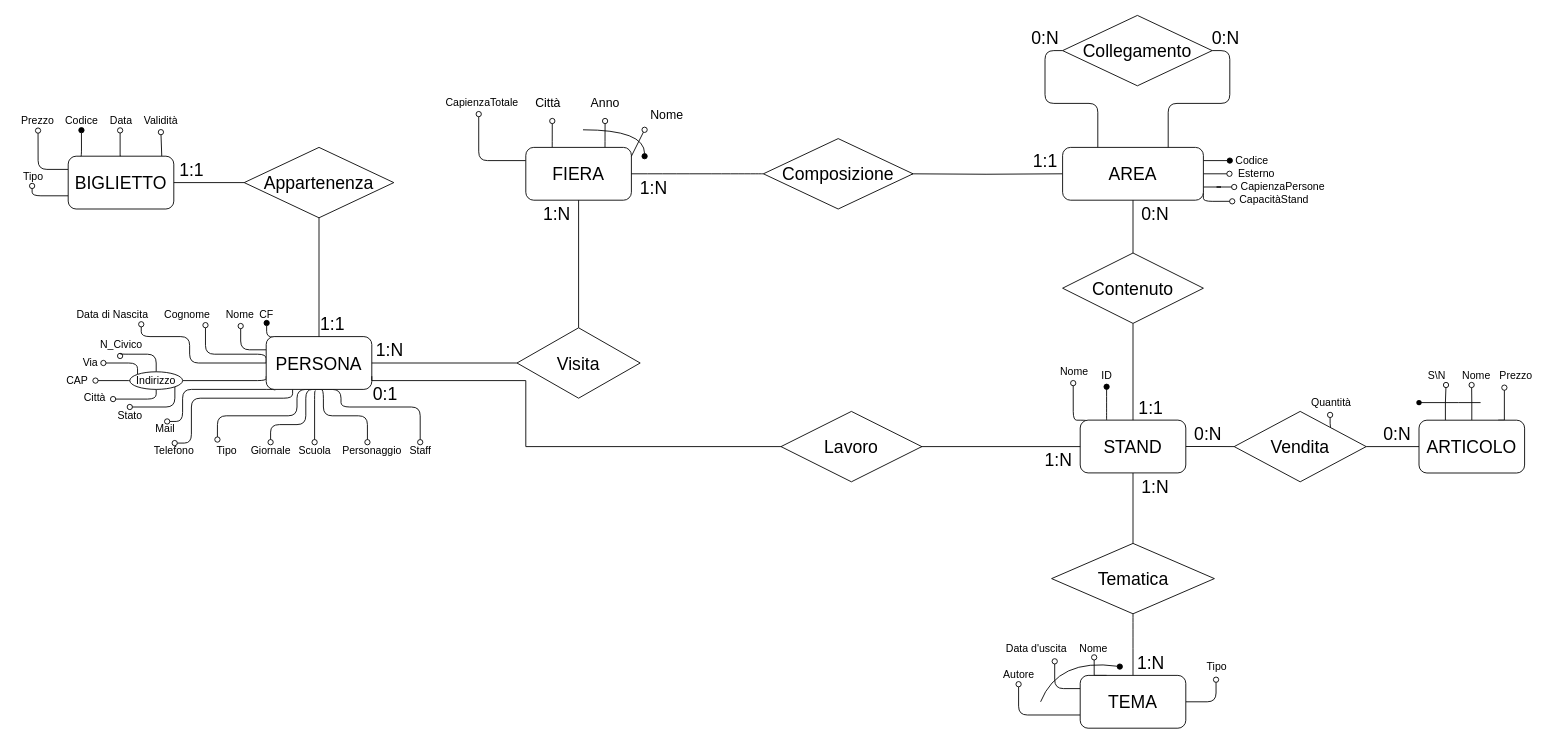
This is Modello E-R Ristrutturato.drawio from Hisukurifu24/ProgettoBasi, a draw.io file, before an edit. Source tidied: cells renumbered, new cells numbered last; positions are measured from the earlier drawing's top-left corner, leaving out a move shared by most shapes. Both pictures are drawn from the tidied source at 88%, with x=0, y=0 at pixel (15, 15).
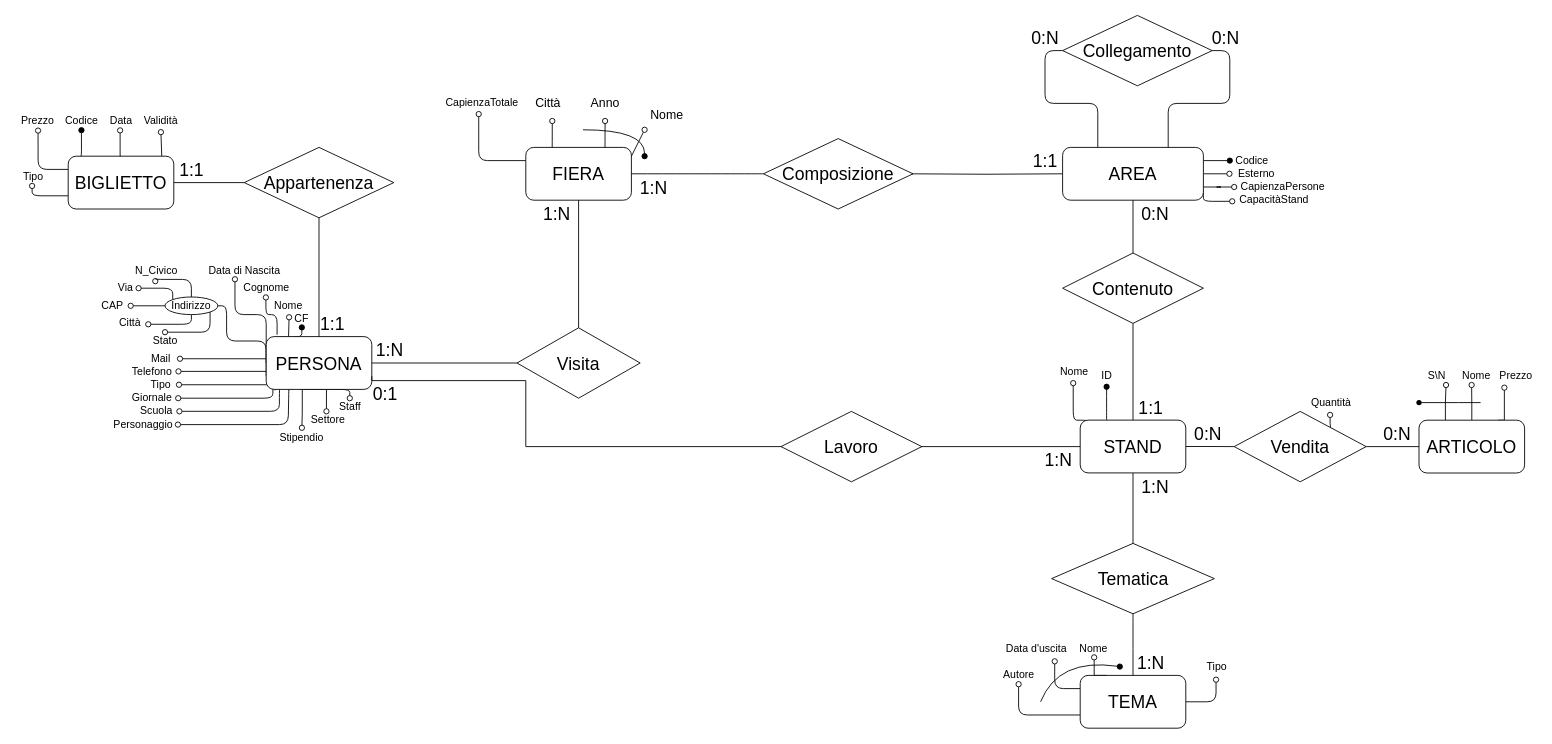
The same page after the edit.

The change refers to these unchanged cells:
```xml
<mxCell id="44" value="PERSONA" style="rounded=1;whiteSpace=wrap;html=1;fontSize=20;" parent="1" vertex="1">
  <mxGeometry x="285" y="365" width="120" height="60" as="geometry" />
</mxCell>
```

Change to the diagram source:
```diff
@@
     <mxCell id="33" style="edgeStyle=orthogonalEdgeStyle;rounded=1;jettySize=auto;html=1;exitX=0;exitY=0.25;exitDx=0;exitDy=0;entryX=0.52;entryY=1.15;entryDx=0;entryDy=0;entryPerimeter=0;startArrow=none;startFill=0;endArrow=oval;endFill=0;" parent="1" edge="1" source="44" target="78">
       <mxGeometry relative="1" as="geometry">
         <Array as="points">
-          <mxPoint x="256" y="380" />
+          <mxPoint x="310" y="380" />
+          <mxPoint x="310" y="343" />
         </Array>
       </mxGeometry>
     </mxCell>
-    <mxCell id="34" style="edgeStyle=orthogonalEdgeStyle;rounded=1;jettySize=auto;html=1;exitX=0;exitY=0.5;exitDx=0;exitDy=0;entryX=0.83;entryY=1.05;entryDx=0;entryDy=0;entryPerimeter=0;endArrow=oval;endFill=0;" parent="1" edge="1" source="44" target="99">
+    <mxCell id="34" style="edgeStyle=orthogonalEdgeStyle;rounded=1;jettySize=auto;html=1;exitX=0;exitY=0.5;exitDx=0;exitDy=0;entryX=0.395;entryY=0.992;entryDx=0;entryDy=0;entryPerimeter=0;endArrow=oval;endFill=0;" parent="1" edge="1" source="44" target="99">
       <mxGeometry relative="1" as="geometry">
         <Array as="points">
-          <mxPoint x="198" y="395" />
-          <mxPoint x="198" y="365" />
-          <mxPoint x="143" y="365" />
+          <mxPoint x="285" y="340" />
+          <mxPoint x="250" y="340" />
+          <mxPoint x="250" y="300" />
         </Array>
       </mxGeometry>
     </mxCell>
     <mxCell id="35" style="edgeStyle=orthogonalEdgeStyle;rounded=1;jettySize=auto;html=1;exitX=0;exitY=0.75;exitDx=0;exitDy=0;entryX=1;entryY=0.5;entryDx=0;entryDy=0;endArrow=none;endFill=0;" parent="1" edge="1" source="44" target="105">
       <mxGeometry relative="1" as="geometry">
         <Array as="points">
-          <mxPoint x="285" y="415" />
+          <mxPoint x="285" y="370" />
+          <mxPoint x="240" y="370" />
+          <mxPoint x="240" y="330" />
         </Array>
       </mxGeometry>
     </mxCell>
-    <mxCell id="36" style="edgeStyle=orthogonalEdgeStyle;rounded=1;jettySize=auto;html=1;exitX=0.083;exitY=1.017;exitDx=0;exitDy=0;endArrow=oval;endFill=0;exitPerimeter=0;entryX=0.561;entryY=0.071;entryDx=0;entryDy=0;entryPerimeter=0;" parent="1" edge="1" source="44" target="111">
+    <mxCell id="36" style="edgeStyle=orthogonalEdgeStyle;rounded=1;jettySize=auto;html=1;exitX=0.083;exitY=1.017;exitDx=0;exitDy=0;endArrow=oval;endFill=0;exitPerimeter=0;entryX=1.052;entryY=0.508;entryDx=0;entryDy=0;entryPerimeter=0;" parent="1" edge="1" source="44" target="111">
       <mxGeometry relative="1" as="geometry">
         <Array as="points">
-          <mxPoint x="190" y="425" />
-          <mxPoint x="190" y="461" />
+          <mxPoint x="295" y="390" />
         </Array>
       </mxGeometry>
     </mxCell>
-    <mxCell id="37" style="edgeStyle=orthogonalEdgeStyle;rounded=1;jettySize=auto;html=1;exitX=0.25;exitY=1;exitDx=0;exitDy=0;entryX=0.517;entryY=0.05;entryDx=0;entryDy=0;entryPerimeter=0;endArrow=oval;endFill=0;" parent="1" edge="1" source="44" target="112">
+    <mxCell id="37" style="edgeStyle=orthogonalEdgeStyle;rounded=1;jettySize=auto;html=1;exitX=0.25;exitY=1;exitDx=0;exitDy=0;entryX=1.005;entryY=0.477;entryDx=0;entryDy=0;entryPerimeter=0;endArrow=oval;endFill=0;" parent="1" edge="1" source="44" target="112">
       <mxGeometry relative="1" as="geometry">
         <Array as="points">
-          <mxPoint x="315" y="435" />
-          <mxPoint x="200" y="435" />
-          <mxPoint x="200" y="486" />
+          <mxPoint x="315" y="405" />
+          <mxPoint x="185" y="405" />
         </Array>
       </mxGeometry>
     </mxCell>
-    <mxCell id="38" style="edgeStyle=orthogonalEdgeStyle;rounded=1;jettySize=auto;html=1;exitX=0;exitY=0.5;exitDx=0;exitDy=0;entryX=0.8;entryY=1.1;entryDx=0;entryDy=0;entryPerimeter=0;endArrow=oval;endFill=0;" parent="1" edge="1" source="44" target="116">
+    <mxCell id="38" style="edgeStyle=orthogonalEdgeStyle;rounded=1;jettySize=auto;html=1;exitX=0.103;exitY=-0.035;exitDx=0;exitDy=0;entryX=0.495;entryY=1.023;entryDx=0;entryDy=0;entryPerimeter=0;endArrow=oval;endFill=0;exitPerimeter=0;" parent="1" edge="1" source="44" target="116">
       <mxGeometry relative="1" as="geometry">
         <Array as="points">
-          <mxPoint x="285" y="385" />
-          <mxPoint x="216" y="385" />
+          <mxPoint x="297" y="340" />
+          <mxPoint x="285" y="340" />
         </Array>
       </mxGeometry>
     </mxCell>
-    <mxCell id="39" style="edgeStyle=orthogonalEdgeStyle;rounded=1;jettySize=auto;html=1;exitX=0.5;exitY=1;exitDx=0;exitDy=0;entryX=0.239;entryY=-0.15;entryDx=0;entryDy=0;entryPerimeter=0;endArrow=oval;endFill=0;" parent="1" edge="1" source="44" target="120">
+    <mxCell id="39" style="edgeStyle=orthogonalEdgeStyle;rounded=1;jettySize=auto;html=1;exitX=0.5;exitY=1;exitDx=0;exitDy=0;entryX=1.022;entryY=0.485;entryDx=0;entryDy=0;entryPerimeter=0;endArrow=oval;endFill=0;" parent="1" edge="1" source="44" target="120">
       <mxGeometry relative="1" as="geometry">
         <Array as="points">
           <mxPoint x="320" y="425" />
-          <mxPoint x="320" y="455" />
-          <mxPoint x="230" y="455" />
+          <mxPoint x="320" y="420" />
+          <mxPoint x="186" y="420" />
         </Array>
       </mxGeometry>
     </mxCell>
-    <mxCell id="40" style="edgeStyle=orthogonalEdgeStyle;rounded=1;jettySize=auto;html=1;exitX=0.5;exitY=1;exitDx=0;exitDy=0;endArrow=oval;endFill=0;" parent="1" edge="1" source="44" target="121">
+    <mxCell id="40" style="edgeStyle=orthogonalEdgeStyle;rounded=1;jettySize=auto;html=1;exitX=0.063;exitY=0.995;exitDx=0;exitDy=0;endArrow=oval;endFill=0;exitPerimeter=0;" parent="1" edge="1" source="44" target="121">
       <mxGeometry relative="1" as="geometry">
         <Array as="points">
-          <mxPoint x="330" y="425" />
-          <mxPoint x="330" y="465" />
-          <mxPoint x="290" y="465" />
+          <mxPoint x="293" y="435" />
         </Array>
       </mxGeometry>
     </mxCell>
-    <mxCell id="41" style="edgeStyle=orthogonalEdgeStyle;rounded=1;jettySize=auto;html=1;exitX=0.467;exitY=1.026;exitDx=0;exitDy=0;entryX=0.5;entryY=0;entryDx=0;entryDy=0;entryPerimeter=0;endArrow=oval;endFill=0;exitPerimeter=0;" parent="1" edge="1" source="44" target="122">
+    <mxCell id="41" style="edgeStyle=orthogonalEdgeStyle;rounded=1;jettySize=auto;html=1;exitX=0.134;exitY=0.985;exitDx=0;exitDy=0;entryX=1.027;entryY=0.5;entryDx=0;entryDy=0;entryPerimeter=0;endArrow=oval;endFill=0;exitPerimeter=0;" parent="1" edge="1" source="44" target="122">
       <mxGeometry relative="1" as="geometry">
         <Array as="points">
-          <mxPoint x="340" y="427" />
+          <mxPoint x="300" y="424" />
+          <mxPoint x="300" y="450" />
         </Array>
       </mxGeometry>
     </mxCell>
     <mxCell id="42" style="edgeStyle=orthogonalEdgeStyle;rounded=1;jettySize=auto;html=1;exitX=0.5;exitY=1;exitDx=0;exitDy=0;entryX=0.5;entryY=0;entryDx=0;entryDy=0;entryPerimeter=0;endArrow=oval;endFill=0;" parent="1" edge="1" source="44" target="124">
       <mxGeometry relative="1" as="geometry">
         <Array as="points">
-          <mxPoint x="370" y="425" />
-          <mxPoint x="370" y="445" />
-          <mxPoint x="460" y="445" />
+          <mxPoint x="380" y="425" />
         </Array>
       </mxGeometry>
     </mxCell>
-    <mxCell id="43" style="edgeStyle=orthogonalEdgeStyle;rounded=1;jettySize=auto;html=1;exitX=0.5;exitY=1;exitDx=0;exitDy=0;entryX=0.438;entryY=0;entryDx=0;entryDy=0;entryPerimeter=0;endArrow=oval;endFill=0;" parent="1" edge="1" source="44" target="123">
+    <mxCell id="43" style="edgeStyle=orthogonalEdgeStyle;rounded=1;jettySize=auto;html=1;exitX=0.214;exitY=1.025;exitDx=0;exitDy=0;entryX=0.996;entryY=0.5;entryDx=0;entryDy=0;entryPerimeter=0;endArrow=oval;endFill=0;exitPerimeter=0;" parent="1" edge="1" source="44" target="123">
       <mxGeometry relative="1" as="geometry">
         <Array as="points">
-          <mxPoint x="350" y="425" />
-          <mxPoint x="350" y="455" />
-          <mxPoint x="400" y="455" />
+          <mxPoint x="311" y="425" />
+          <mxPoint x="310" y="425" />
+          <mxPoint x="310" y="465" />
         </Array>
       </mxGeometry>
     </mxCell>
+    <mxCell id="133" style="edgeStyle=orthogonalEdgeStyle;rounded=0;jettySize=auto;html=1;exitX=0.5;exitY=1;exitDx=0;exitDy=0;entryX=0.469;entryY=-0.005;entryDx=0;entryDy=0;entryPerimeter=0;fontSize=12;endArrow=oval;endFill=0;" parent="1" edge="1" source="44" target="135">
+      <mxGeometry relative="1" as="geometry" />
+    </mxCell>
+    <mxCell id="134" style="edgeStyle=orthogonalEdgeStyle;rounded=0;jettySize=auto;html=1;exitX=0.75;exitY=1;exitDx=0;exitDy=0;entryX=0.508;entryY=-0.068;entryDx=0;entryDy=0;entryPerimeter=0;fontSize=12;endArrow=oval;endFill=0;" parent="1" edge="1" source="44" target="136">
+      <mxGeometry relative="1" as="geometry">
+        <Array as="points">
+          <mxPoint x="326" y="425" />
+          <mxPoint x="326" y="452" />
+        </Array>
+      </mxGeometry>
+    </mxCell>
@@
     <mxCell id="77" value="CF" style="text;html=1;align=center;verticalAlign=middle;points=[];strokeColor=none;fillColor=none;" parent="1" vertex="1">
-      <mxGeometry x="270" y="330" width="30" height="20" as="geometry" />
+      <mxGeometry x="310" y="335" width="30" height="20" as="geometry" />
     </mxCell>
     <mxCell id="78" value="Nome" style="text;html=1;align=center;verticalAlign=middle;points=[];strokeColor=none;fillColor=none;" parent="1" vertex="1">
-      <mxGeometry x="230" y="330" width="50" height="20" as="geometry" />
+      <mxGeometry x="285" y="320" width="50" height="20" as="geometry" />
     </mxCell>
@@
     <mxCell id="99" value="Data di Nascita" style="text;html=1;align=center;verticalAlign=middle;points=[];strokeColor=none;fillColor=none;" parent="1" vertex="1">
-      <mxGeometry x="60" y="330" width="100" height="20" as="geometry" />
+      <mxGeometry x="210" y="280" width="100" height="20" as="geometry" />
     </mxCell>
@@
     <mxCell id="101" style="edgeStyle=orthogonalEdgeStyle;rounded=1;jettySize=auto;html=1;exitX=0.5;exitY=1;exitDx=0;exitDy=0;entryX=1.025;entryY=0.55;entryDx=0;entryDy=0;entryPerimeter=0;endArrow=oval;endFill=0;" parent="1" edge="1" source="105" target="107">
       <mxGeometry relative="1" as="geometry">
         <Array as="points">
-          <mxPoint x="160" y="436" />
+          <mxPoint x="200" y="351" />
         </Array>
       </mxGeometry>
     </mxCell>
     <mxCell id="102" style="edgeStyle=orthogonalEdgeStyle;rounded=1;jettySize=auto;html=1;exitX=0;exitY=1;exitDx=0;exitDy=0;entryX=1.025;entryY=0.5;entryDx=0;entryDy=0;entryPerimeter=0;endArrow=oval;endFill=0;" parent="1" edge="1" source="105" target="108">
       <mxGeometry relative="1" as="geometry">
         <Array as="points">
-          <mxPoint x="139" y="415" />
+          <mxPoint x="179" y="330" />
         </Array>
       </mxGeometry>
     </mxCell>
     <mxCell id="103" style="edgeStyle=orthogonalEdgeStyle;rounded=1;jettySize=auto;html=1;exitX=0;exitY=0;exitDx=0;exitDy=0;endArrow=oval;endFill=0;" parent="1" edge="1" source="105" target="109">
       <mxGeometry relative="1" as="geometry">
         <Array as="points">
-          <mxPoint x="139" y="395" />
+          <mxPoint x="179" y="310" />
         </Array>
       </mxGeometry>
     </mxCell>
@@
     <mxCell id="105" value="Indirizzo" style="ellipse;whiteSpace=wrap;html=1;" parent="1" vertex="1">
-      <mxGeometry x="130" y="405" width="60" height="20" as="geometry" />
+      <mxGeometry x="170" y="320" width="60" height="20" as="geometry" />
     </mxCell>
     <mxCell id="106" value="Stato" style="text;html=1;align=center;verticalAlign=middle;points=[];strokeColor=none;fillColor=none;" parent="1" vertex="1">
-      <mxGeometry x="110" y="445" width="40" height="20" as="geometry" />
+      <mxGeometry x="150" y="360" width="40" height="20" as="geometry" />
     </mxCell>
     <mxCell id="107" value="Città" style="text;html=1;align=center;verticalAlign=middle;points=[];strokeColor=none;fillColor=none;" parent="1" vertex="1">
-      <mxGeometry x="70" y="425" width="40" height="20" as="geometry" />
+      <mxGeometry x="110" y="340" width="40" height="20" as="geometry" />
     </mxCell>
     <mxCell id="108" value="CAP" style="text;html=1;align=center;verticalAlign=middle;points=[];strokeColor=none;fillColor=none;" parent="1" vertex="1">
-      <mxGeometry x="50" y="405" width="40" height="20" as="geometry" />
+      <mxGeometry x="90" y="320" width="40" height="20" as="geometry" />
     </mxCell>
     <mxCell id="109" value="Via" style="text;html=1;align=center;verticalAlign=middle;points=[];strokeColor=none;fillColor=none;" parent="1" vertex="1">
-      <mxGeometry x="70" y="385" width="30" height="20" as="geometry" />
+      <mxGeometry x="110" y="300" width="30" height="20" as="geometry" />
     </mxCell>
     <mxCell id="110" value="N_Civico" style="text;html=1;align=center;verticalAlign=middle;points=[];strokeColor=none;fillColor=none;" parent="1" vertex="1">
-      <mxGeometry x="90" y="365" width="60" height="20" as="geometry" />
+      <mxGeometry x="130" y="280" width="60" height="20" as="geometry" />
     </mxCell>
     <mxCell id="111" value="Mail" style="text;html=1;align=center;verticalAlign=middle;points=[];strokeColor=none;fillColor=none;" parent="1" vertex="1">
-      <mxGeometry x="150" y="460" width="40" height="20" as="geometry" />
+      <mxGeometry x="145" y="380" width="40" height="20" as="geometry" />
     </mxCell>
     <mxCell id="112" value="Telefono" style="text;html=1;align=center;verticalAlign=middle;points=[];strokeColor=none;fillColor=none;" parent="1" vertex="1">
-      <mxGeometry x="150" y="485" width="60" height="20" as="geometry" />
+      <mxGeometry x="125" y="395" width="60" height="20" as="geometry" />
     </mxCell>
@@
     <mxCell id="116" value="Cognome" style="text;html=1;align=center;verticalAlign=middle;points=[];strokeColor=none;fillColor=none;" parent="1" vertex="1">
-      <mxGeometry x="160" y="330" width="70" height="20" as="geometry" />
+      <mxGeometry x="250" y="300" width="70" height="20" as="geometry" />
     </mxCell>
@@
     <mxCell id="120" value="Tipo" style="text;html=1;align=center;verticalAlign=middle;points=[];strokeColor=none;fillColor=none;" parent="1" vertex="1">
-      <mxGeometry x="220" y="485" width="40" height="20" as="geometry" />
+      <mxGeometry x="145" y="410" width="40" height="20" as="geometry" />
     </mxCell>
     <mxCell id="121" value="Giornale" style="text;html=1;align=center;verticalAlign=middle;points=[];strokeColor=none;fillColor=none;" parent="1" vertex="1">
-      <mxGeometry x="260" y="485" width="60" height="20" as="geometry" />
+      <mxGeometry x="125" y="425" width="60" height="20" as="geometry" />
     </mxCell>
     <mxCell id="122" value="Scuola" style="text;html=1;align=center;verticalAlign=middle;points=[];strokeColor=none;fillColor=none;" parent="1" vertex="1">
-      <mxGeometry x="315" y="485" width="50" height="20" as="geometry" />
+      <mxGeometry x="135" y="439.9" width="50" height="20" as="geometry" />
     </mxCell>
     <mxCell id="123" value="Personaggio" style="text;html=1;align=center;verticalAlign=middle;points=[];strokeColor=none;fillColor=none;" parent="1" vertex="1">
-      <mxGeometry x="365" y="485" width="80" height="20" as="geometry" />
+      <mxGeometry x="105" y="455" width="80" height="20" as="geometry" />
     </mxCell>
     <mxCell id="124" value="Staff" style="text;html=1;align=center;verticalAlign=middle;points=[];strokeColor=none;fillColor=none;" parent="1" vertex="1">
-      <mxGeometry x="440" y="485" width="40" height="20" as="geometry" />
+      <mxGeometry x="360" y="435" width="40" height="20" as="geometry" />
     </mxCell>
@@
+    <mxCell id="135" value="Settore" style="text;html=1;align=center;verticalAlign=middle;points=[];strokeColor=none;fillColor=none;fontSize=12;" parent="1" vertex="1">
+      <mxGeometry x="330" y="450" width="50" height="20" as="geometry" />
+    </mxCell>
+    <mxCell id="136" value="Stipendio" style="text;html=1;align=center;verticalAlign=middle;points=[];strokeColor=none;fillColor=none;fontSize=12;" parent="1" vertex="1">
+      <mxGeometry x="290" y="470" width="70" height="20" as="geometry" />
+    </mxCell>
```
